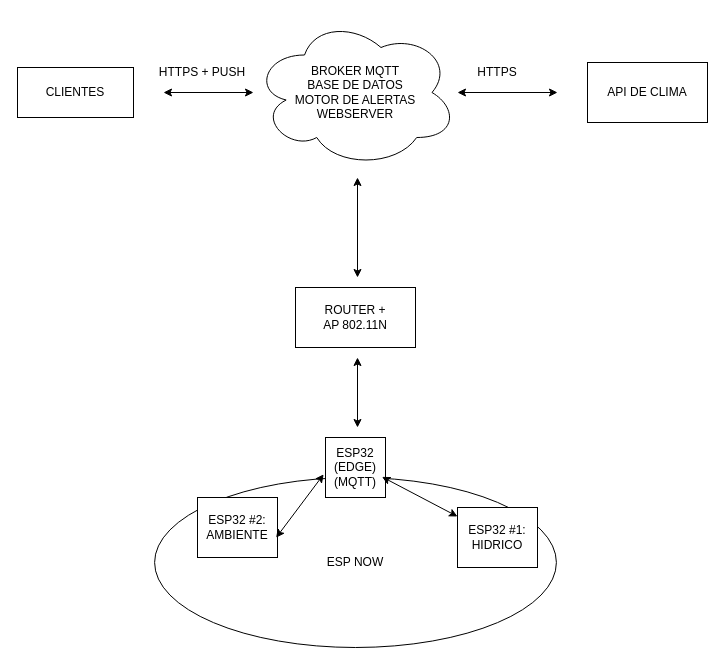
Earlier version of the draw.io diagram lucianosalgado/arquitectura.drawio (zellsito/proxecto_novas_arquitecturas_grupo_5_2627). Source tidied: cells renumbered, new cells numbered last; positions are measured from the earlier drawing's top-left corner, leaving out a move shared by most shapes. Both pictures are drawn from the tidied source at 100%, with x=0, y=0 at pixel (17, 17).
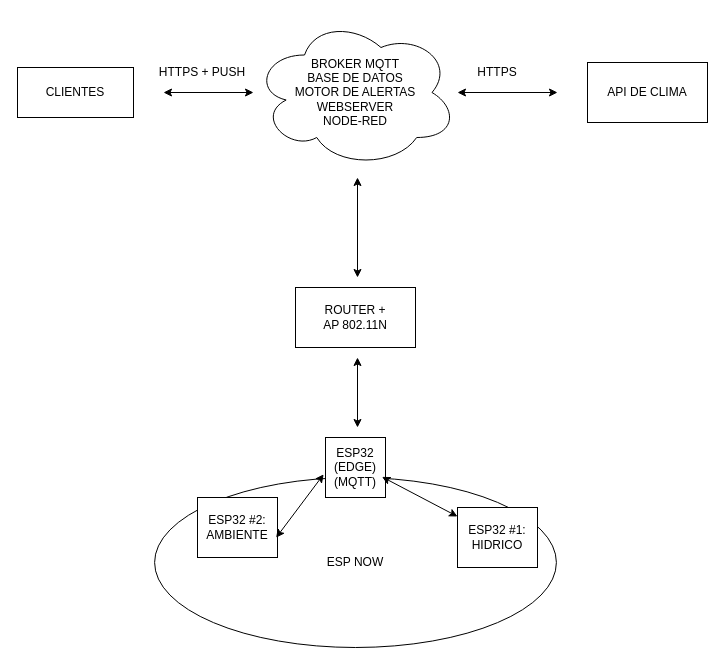
The same diagram, later.

Commit message (it also covers changes not shown here):
chore: actualizar gitignore y diagramas de arquitectura con Node-RED en nube

The edit, as a diff of the source:
```diff
@@
-    <mxCell id="3" value="BROKER MQTT&lt;div&gt;BASE DE DATOS&lt;/div&gt;&lt;div&gt;MOTOR DE ALERTAS&lt;/div&gt;&lt;div&gt;WEBSERVER&lt;/div&gt;" style="ellipse;shape=cloud;whiteSpace=wrap;html=1;perimeter=cloudPerimeter;" parent="1" vertex="1">
+    <mxCell id="3" value="BROKER MQTT&lt;div&gt;BASE DE DATOS&lt;/div&gt;&lt;div&gt;MOTOR DE ALERTAS&lt;/div&gt;&lt;div&gt;WEBSERVER&lt;/div&gt;&lt;div&gt;NODE-RED&lt;/div&gt;" style="ellipse;shape=cloud;whiteSpace=wrap;html=1;perimeter=cloudPerimeter;" parent="1" vertex="1">
       <mxGeometry x="236" width="204" height="150" as="geometry" />
     </mxCell>
```
